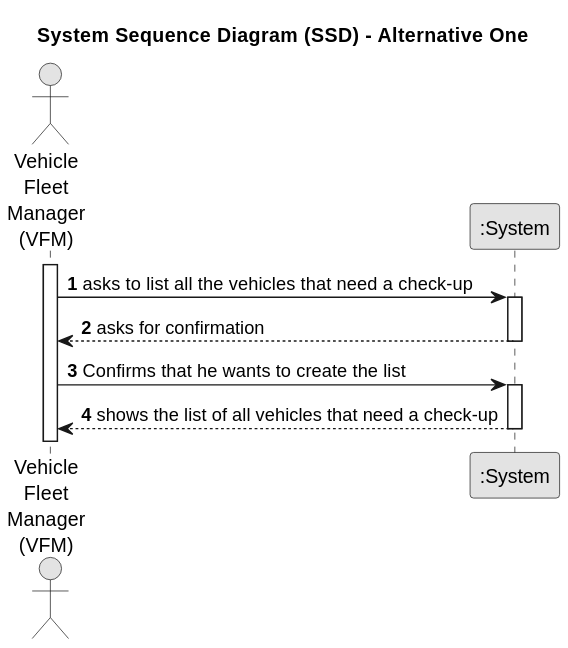
Above: docs/sprintB/us008/01.requirements-engineering/svg/us008-system-sequence-diagram-alternative-one.svg in diogoveirospro/lei-24-s2-1dg-g072 (PlantUML), before the change.
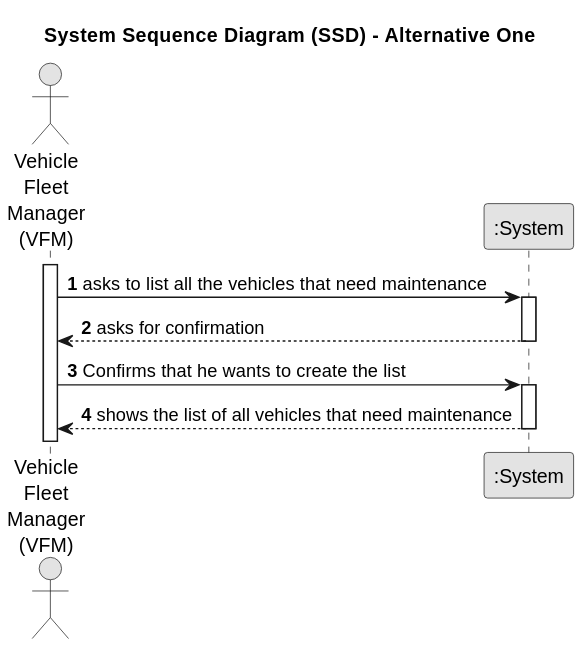
After the commit.

What changed in the source:
```diff
@@ -12,7 +12,7 @@
 
 activate Employee
 
-    Employee -> System : asks to list all the vehicles that need a check-up
+    Employee -> System : asks to list all the vehicles that need maintenance
     activate System
 
         System --> Employee : asks for confirmation
@@ -20,7 +20,6 @@
     Employee -> System : Confirms that he wants to create the list
         activate System
 
-            System --> Employee : shows the list of all vehicles that need a check-up
+            System --> Employee : shows the list of all vehicles that need maintenance
         deactivate System
-
 @enduml
```
